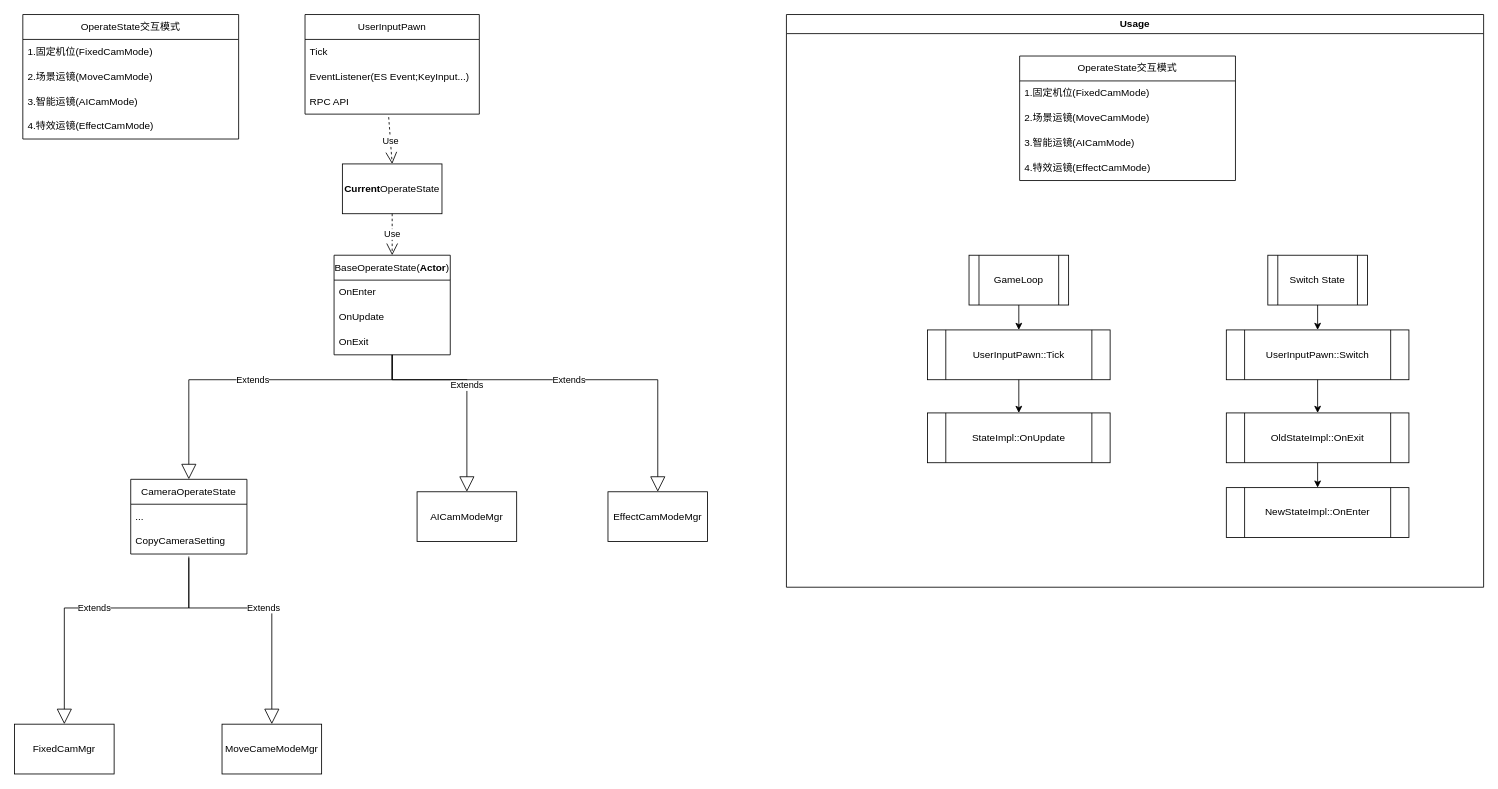
The draw.io diagram cameramode.drawio in Owlcean/drawiorecord, before the edit. Source tidied: cells renumbered, new cells numbered last; positions are measured from the earlier drawing's top-left corner, leaving out a move shared by most shapes. Both pictures are drawn from the tidied source at 83%, with x=0, y=0 at pixel (14, 14).
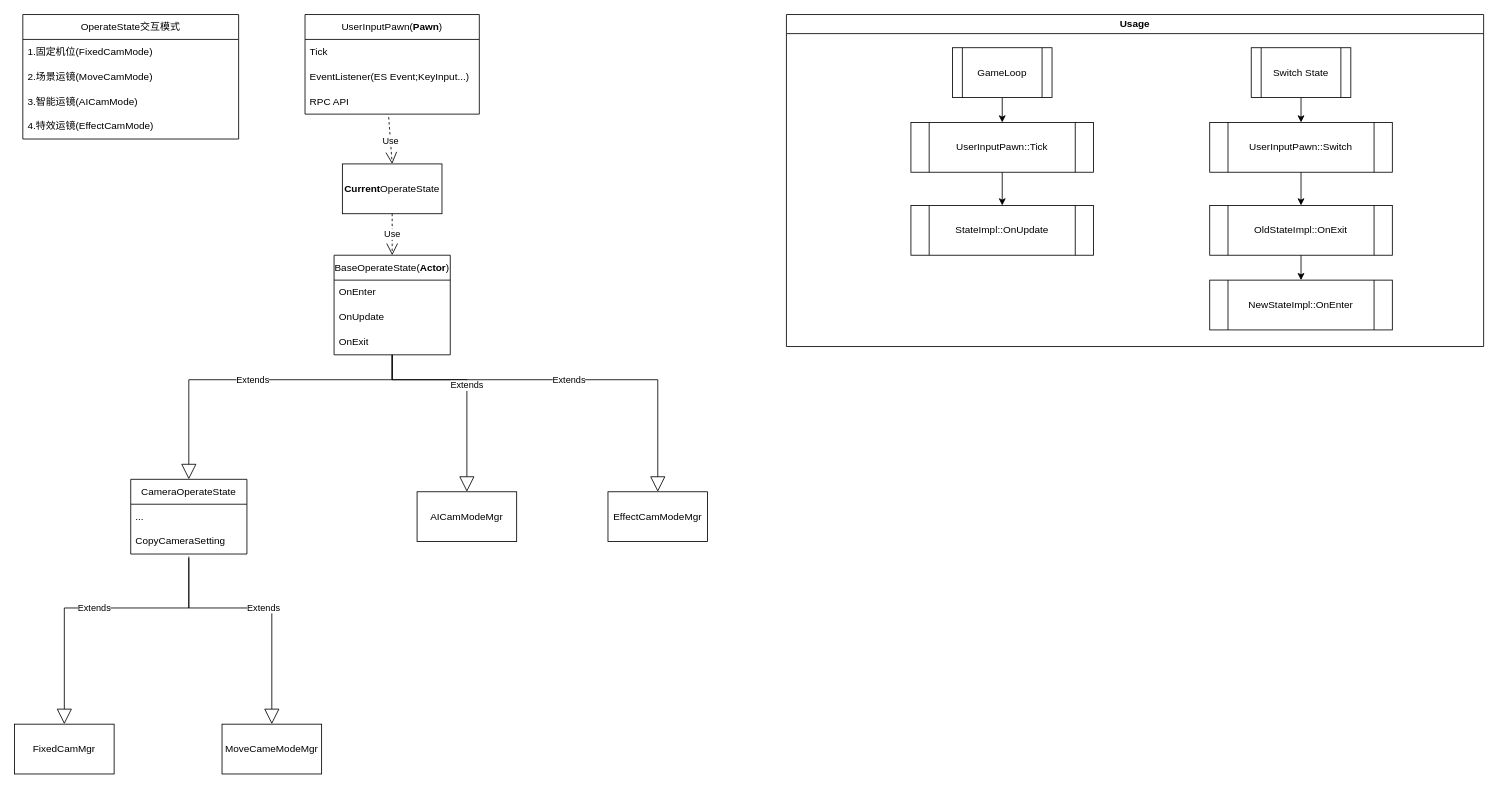
Above is the later version.

What changed in the source:
```diff
@@
     <mxCell id="2" value="Usage" style="swimlane;whiteSpace=wrap;html=1;" parent="1" vertex="1">
-      <mxGeometry x="930" width="840" height="690" as="geometry" />
+      <mxGeometry x="930" width="840" height="400" as="geometry" />
     </mxCell>
-    <mxCell id="3" value="OperateState交互模式" style="swimlane;fontStyle=0;horizontal=1;startSize=30;whiteSpace=wrap;html=1;" parent="2" vertex="1">
-      <mxGeometry x="281" y="50" width="260" height="150" as="geometry" />
-    </mxCell>
-    <mxCell id="4" value="1.固定机位(FixedCamMode)" style="text;strokeColor=none;fillColor=none;align=left;verticalAlign=middle;spacingLeft=4;spacingRight=4;overflow=hidden;whiteSpace=wrap;html=1;" parent="3" vertex="1">
-      <mxGeometry y="30" width="260" height="30" as="geometry" />
-    </mxCell>
-    <mxCell id="5" value="2.场景运镜(MoveCamMode)" style="text;strokeColor=none;fillColor=none;align=left;verticalAlign=middle;spacingLeft=4;spacingRight=4;overflow=hidden;whiteSpace=wrap;html=1;" parent="3" vertex="1">
-      <mxGeometry y="60" width="260" height="30" as="geometry" />
-    </mxCell>
-    <mxCell id="6" value="3.智能运镜(AICamMode)" style="text;strokeColor=none;fillColor=none;align=left;verticalAlign=middle;spacingLeft=4;spacingRight=4;overflow=hidden;whiteSpace=wrap;html=1;" parent="3" vertex="1">
-      <mxGeometry y="90" width="260" height="30" as="geometry" />
-    </mxCell>
-    <mxCell id="7" value="4.特效运镜(EffectCamMode)" style="text;strokeColor=none;fillColor=none;align=left;verticalAlign=middle;spacingLeft=4;spacingRight=4;overflow=hidden;whiteSpace=wrap;html=1;" parent="3" vertex="1">
-      <mxGeometry y="120" width="260" height="30" as="geometry" />
-    </mxCell>
     <mxCell id="8" value="UserInputPawn::Tick" style="shape=process;whiteSpace=wrap;html=1;backgroundOutline=1;" parent="2" vertex="1">
-      <mxGeometry x="170" y="380" width="220" height="60" as="geometry" />
+      <mxGeometry x="150" y="130" width="220" height="60" as="geometry" />
     </mxCell>
     <mxCell id="9" value="StateImpl::OnUpdate" style="shape=process;whiteSpace=wrap;html=1;backgroundOutline=1;" parent="2" vertex="1">
-      <mxGeometry x="170" y="480" width="220" height="60" as="geometry" />
+      <mxGeometry x="150" y="230" width="220" height="60" as="geometry" />
     </mxCell>
@@
     <mxCell id="12" value="GameLoop" style="shape=process;whiteSpace=wrap;html=1;backgroundOutline=1;" parent="2" vertex="1">
-      <mxGeometry x="220" y="290" width="120" height="60" as="geometry" />
+      <mxGeometry x="200" y="40" width="120" height="60" as="geometry" />
     </mxCell>
+    <mxCell id="35" value="Switch State" style="shape=process;whiteSpace=wrap;html=1;backgroundOutline=1;" parent="2" vertex="1">
+      <mxGeometry x="560" y="40" width="120" height="60" as="geometry" />
+    </mxCell>
+    <mxCell id="36" value="UserInputPawn::Switch" style="shape=process;whiteSpace=wrap;html=1;backgroundOutline=1;" parent="2" vertex="1">
+      <mxGeometry x="510" y="130" width="220" height="60" as="geometry" />
+    </mxCell>
+    <mxCell id="37" value="OldStateImpl::OnExit" style="shape=process;whiteSpace=wrap;html=1;backgroundOutline=1;" parent="2" vertex="1">
+      <mxGeometry x="510" y="230" width="220" height="60" as="geometry" />
+    </mxCell>
+    <mxCell id="38" value="NewStateImpl::OnEnter" style="shape=process;whiteSpace=wrap;html=1;backgroundOutline=1;" parent="2" vertex="1">
+      <mxGeometry x="510" y="320" width="220" height="60" as="geometry" />
+    </mxCell>
+    <mxCell id="39" style="endArrow=classic;html=1;rounded=0;exitX=0.5;exitY=1;exitDx=0;exitDy=0;entryX=0.5;entryY=0;entryDx=0;entryDy=0;" parent="2" edge="1" source="35" target="36">
+      <mxGeometry relative="1" as="geometry" />
+    </mxCell>
+    <mxCell id="40" style="endArrow=classic;html=1;rounded=0;exitX=0.5;exitY=1;exitDx=0;exitDy=0;entryX=0.5;entryY=0;entryDx=0;entryDy=0;" parent="2" edge="1" source="36" target="37">
+      <mxGeometry relative="1" as="geometry" />
+    </mxCell>
+    <mxCell id="41" style="endArrow=classic;html=1;rounded=0;exitX=0.5;exitY=1;exitDx=0;exitDy=0;entryX=0.5;entryY=0;entryDx=0;entryDy=0;" parent="2" edge="1" source="37" target="38">
+      <mxGeometry relative="1" as="geometry" />
+    </mxCell>
@@
-    <mxCell id="18" value="UserInputPawn" style="swimlane;fontStyle=0;horizontal=1;startSize=30;whiteSpace=wrap;html=1;" parent="1" vertex="1">
+    <mxCell id="18" value="UserInputPawn(&lt;b&gt;Pawn&lt;/b&gt;)" style="swimlane;fontStyle=0;horizontal=1;startSize=30;whiteSpace=wrap;html=1;" parent="1" vertex="1">
       <mxGeometry x="350" width="210" height="120" as="geometry" />
     </mxCell>
@@
-    <mxCell id="35" value="Switch State" style="shape=process;whiteSpace=wrap;html=1;backgroundOutline=1;" parent="1" vertex="1">
-      <mxGeometry x="1510" y="290" width="120" height="60" as="geometry" />
-    </mxCell>
-    <mxCell id="36" value="UserInputPawn::Switch" style="shape=process;whiteSpace=wrap;html=1;backgroundOutline=1;" parent="1" vertex="1">
-      <mxGeometry x="1460" y="380" width="220" height="60" as="geometry" />
-    </mxCell>
-    <mxCell id="37" value="OldStateImpl::OnExit" style="shape=process;whiteSpace=wrap;html=1;backgroundOutline=1;" parent="1" vertex="1">
-      <mxGeometry x="1460" y="480" width="220" height="60" as="geometry" />
-    </mxCell>
-    <mxCell id="38" value="NewStateImpl::OnEnter" style="shape=process;whiteSpace=wrap;html=1;backgroundOutline=1;" parent="1" vertex="1">
-      <mxGeometry x="1460" y="570" width="220" height="60" as="geometry" />
-    </mxCell>
-    <mxCell id="39" style="endArrow=classic;html=1;rounded=0;exitX=0.5;exitY=1;exitDx=0;exitDy=0;entryX=0.5;entryY=0;entryDx=0;entryDy=0;" parent="1" edge="1" source="35" target="36">
-      <mxGeometry relative="1" as="geometry" />
-    </mxCell>
-    <mxCell id="40" style="endArrow=classic;html=1;rounded=0;exitX=0.5;exitY=1;exitDx=0;exitDy=0;entryX=0.5;entryY=0;entryDx=0;entryDy=0;" parent="1" edge="1" source="36" target="37">
-      <mxGeometry relative="1" as="geometry" />
-    </mxCell>
-    <mxCell id="41" style="endArrow=classic;html=1;rounded=0;exitX=0.5;exitY=1;exitDx=0;exitDy=0;entryX=0.5;entryY=0;entryDx=0;entryDy=0;" parent="1" edge="1" source="37" target="38">
-      <mxGeometry relative="1" as="geometry" />
-    </mxCell>
```
